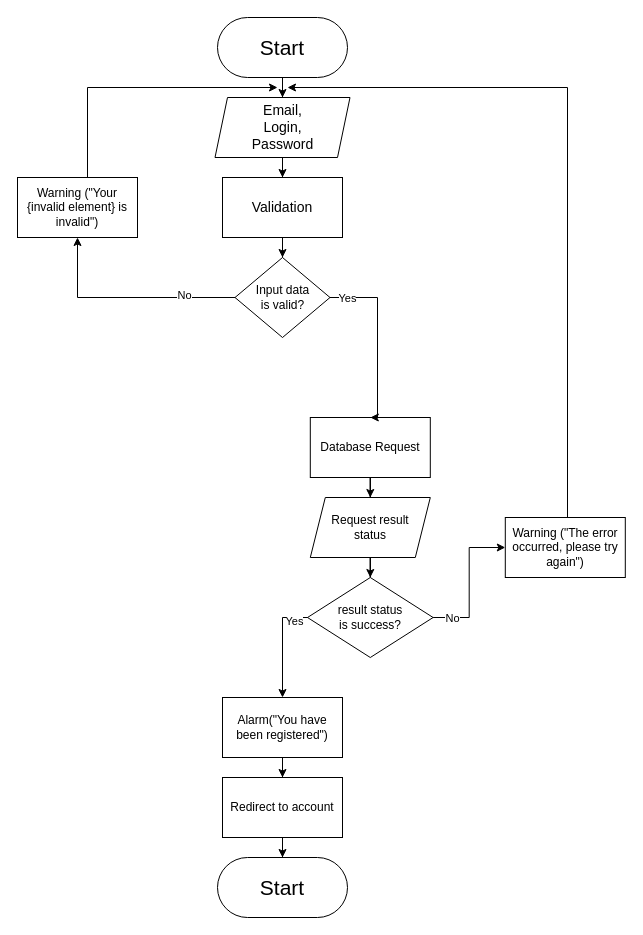
c0st1nus/Forum keeps this draw.io diagram as Flowcharts/Sign Up/SignUp.drawio. Above is the earlier version. Source tidied: cells renumbered, new cells numbered last; positions are measured from the earlier drawing's top-left corner, leaving out a move shared by most shapes. Both pictures are drawn from the tidied source at 100%, with x=0, y=0 at pixel (17, 17).
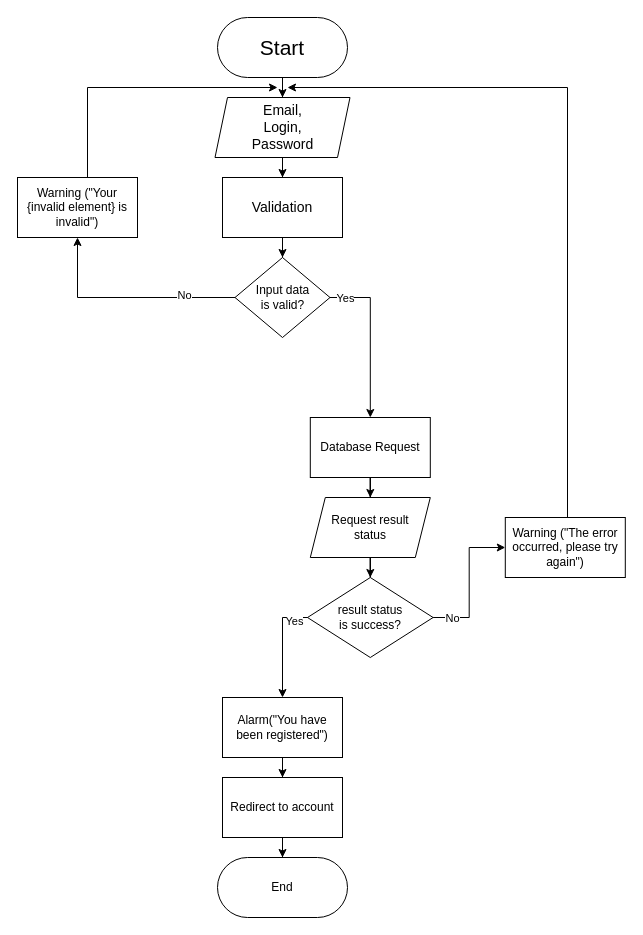
The same page after the edit.

Unchanged cells that the change refers to:
```xml
<mxCell id="9" value="Database Request" style="whiteSpace=wrap;html=1;" parent="1" vertex="1">
  <mxGeometry x="292.8" y="400" width="120" height="60" as="geometry" />
</mxCell>
<mxCell id="23" value="&lt;div&gt;Input data&lt;/div&gt;&lt;div&gt;is valid?&lt;br&gt;&lt;/div&gt;" style="rhombus;whiteSpace=wrap;html=1;" parent="1" vertex="1">
  <mxGeometry x="217.5" y="240" width="95" height="80" as="geometry" />
</mxCell>
```

What changed in the source:
```diff
@@
     <mxCell id="19" style="edgeStyle=orthogonalEdgeStyle;rounded=0;jettySize=auto;html=1;entryX=0.5;entryY=0;entryDx=0;entryDy=0;" parent="1" edge="1" source="23" target="9">
       <mxGeometry relative="1" as="geometry">
         <Array as="points">
-          <mxPoint x="360" y="280" />
-          <mxPoint x="360" y="400" />
+          <mxPoint x="353" y="280" />
         </Array>
       </mxGeometry>
     </mxCell>
@@
-    <mxCell id="30" value="&lt;font style=&quot;font-size: 21px;&quot;&gt;Start&lt;/font&gt;" style="rounded=1;whiteSpace=wrap;html=1;glass=0;shadow=0;arcSize=50;" parent="1" vertex="1">
+    <mxCell id="30" value="&lt;div&gt;End&lt;/div&gt;" style="rounded=1;whiteSpace=wrap;html=1;glass=0;shadow=0;arcSize=50;" parent="1" vertex="1">
       <mxGeometry x="200" y="840" width="130" height="60" as="geometry" />
     </mxCell>
```
